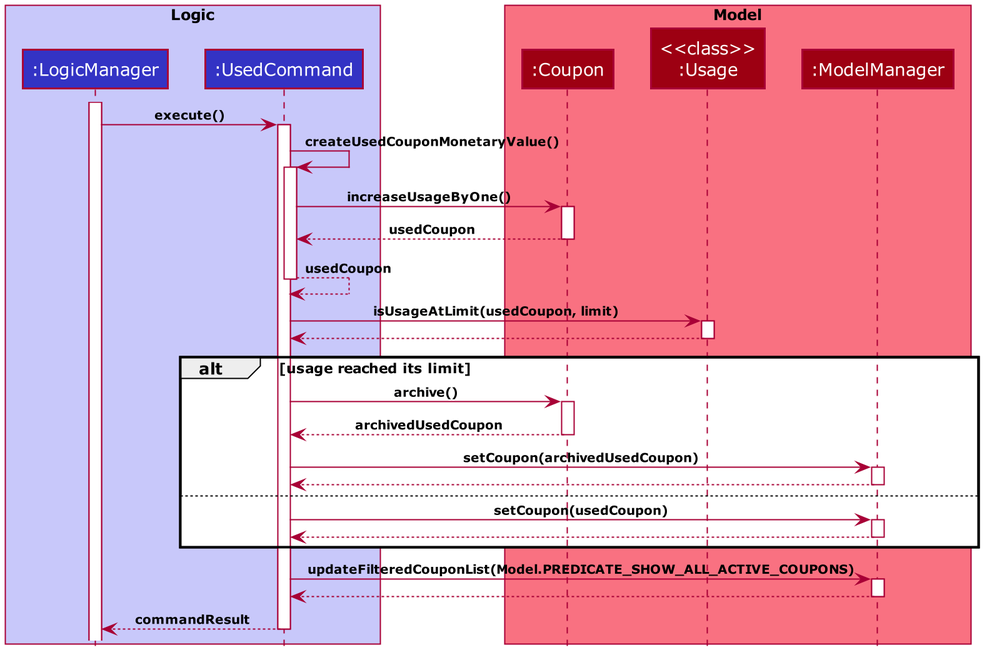
The PlantUML diagram docs/images/ArchiveExhaustedSequenceDiagram.png in nus-cs2103-AY1920S2/addressbook-level3, before a commit.
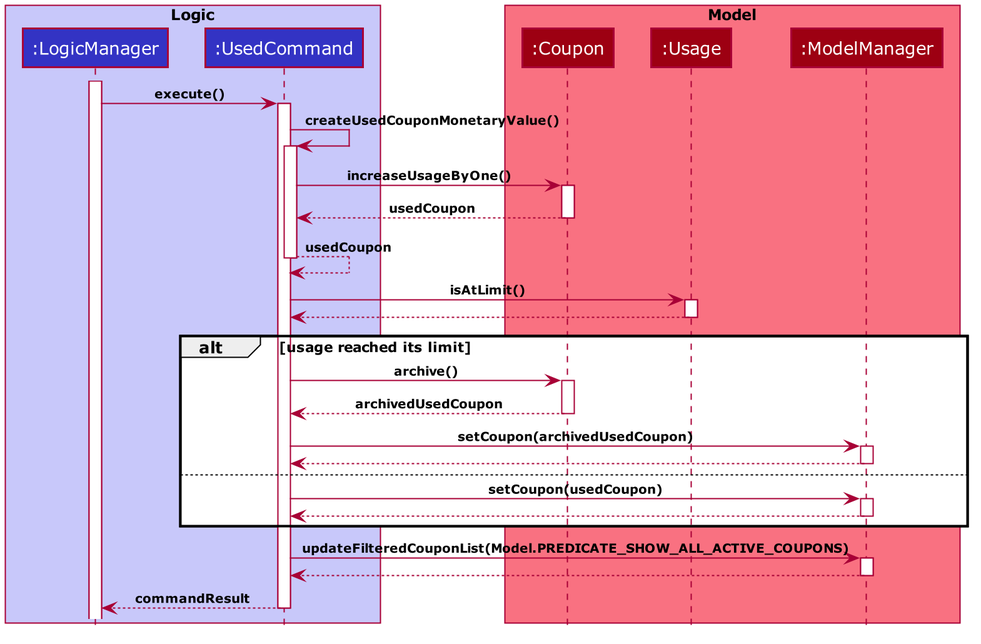
Above is the later version.

Commit message:
Update to Archive UML diagrams

The edit, as a diff of the source:
```diff
@@ -62,7 +62,6 @@
 hide members
 hide circle
 
-
 box "<color:black>Logic</color>" #C8C8FA
 participant ":LogicManager" as LogicManager #3333C4
 participant ":UsedCommand" as UsedCommand #3333C4
@@ -70,7 +69,7 @@
 
 box "<color:black>Model</color>" #F97181
 participant ":Coupon" as Coupon #9D0012
-participant "<<class>>\n:Usage" as Usage #9D0012
+participant ":Usage" as Usage #9D0012
 participant ":ModelManager" as ModelManager #9D0012
 end box
 
@@ -90,7 +89,7 @@
 UsedCommand --> UsedCommand : usedCoupon
 deactivate UsedCommand
 
-UsedCommand -> Usage : isUsageAtLimit(usedCoupon, limit)
+UsedCommand -> Usage : isAtLimit()
 activate Usage
 Usage --> UsedCommand
 deactivate Usage
```
